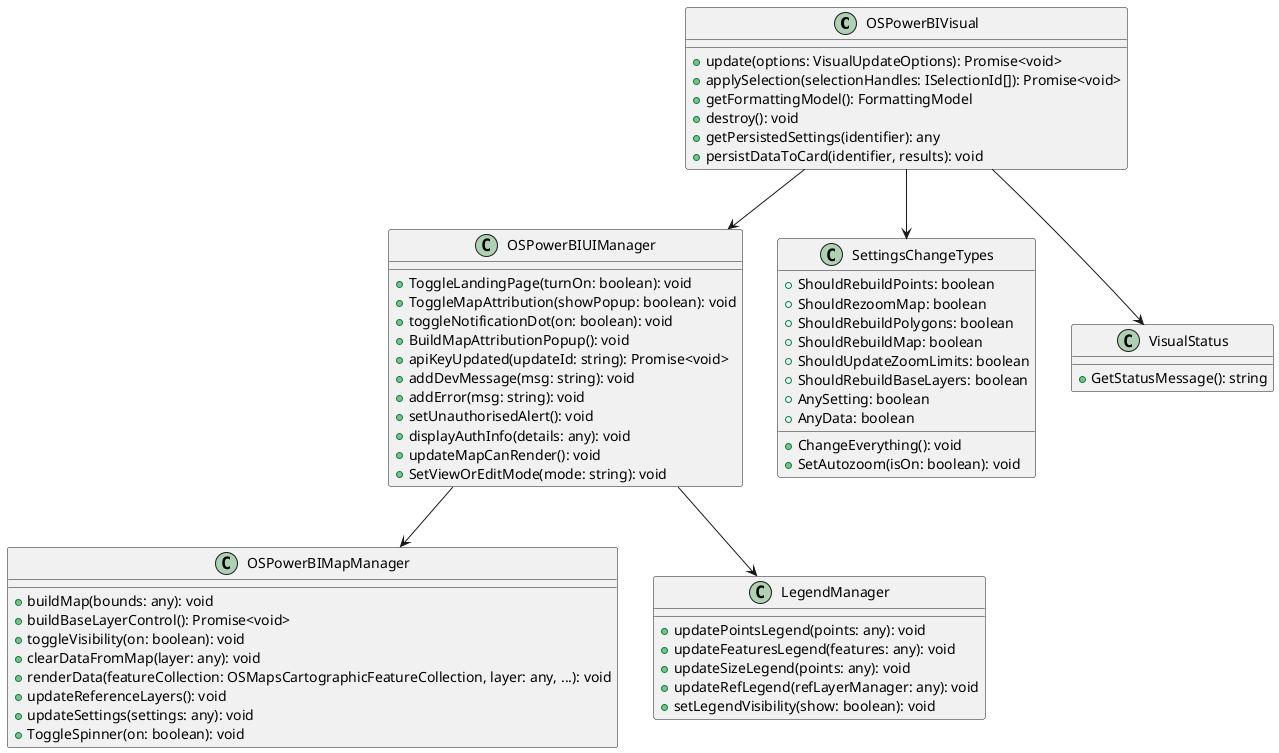
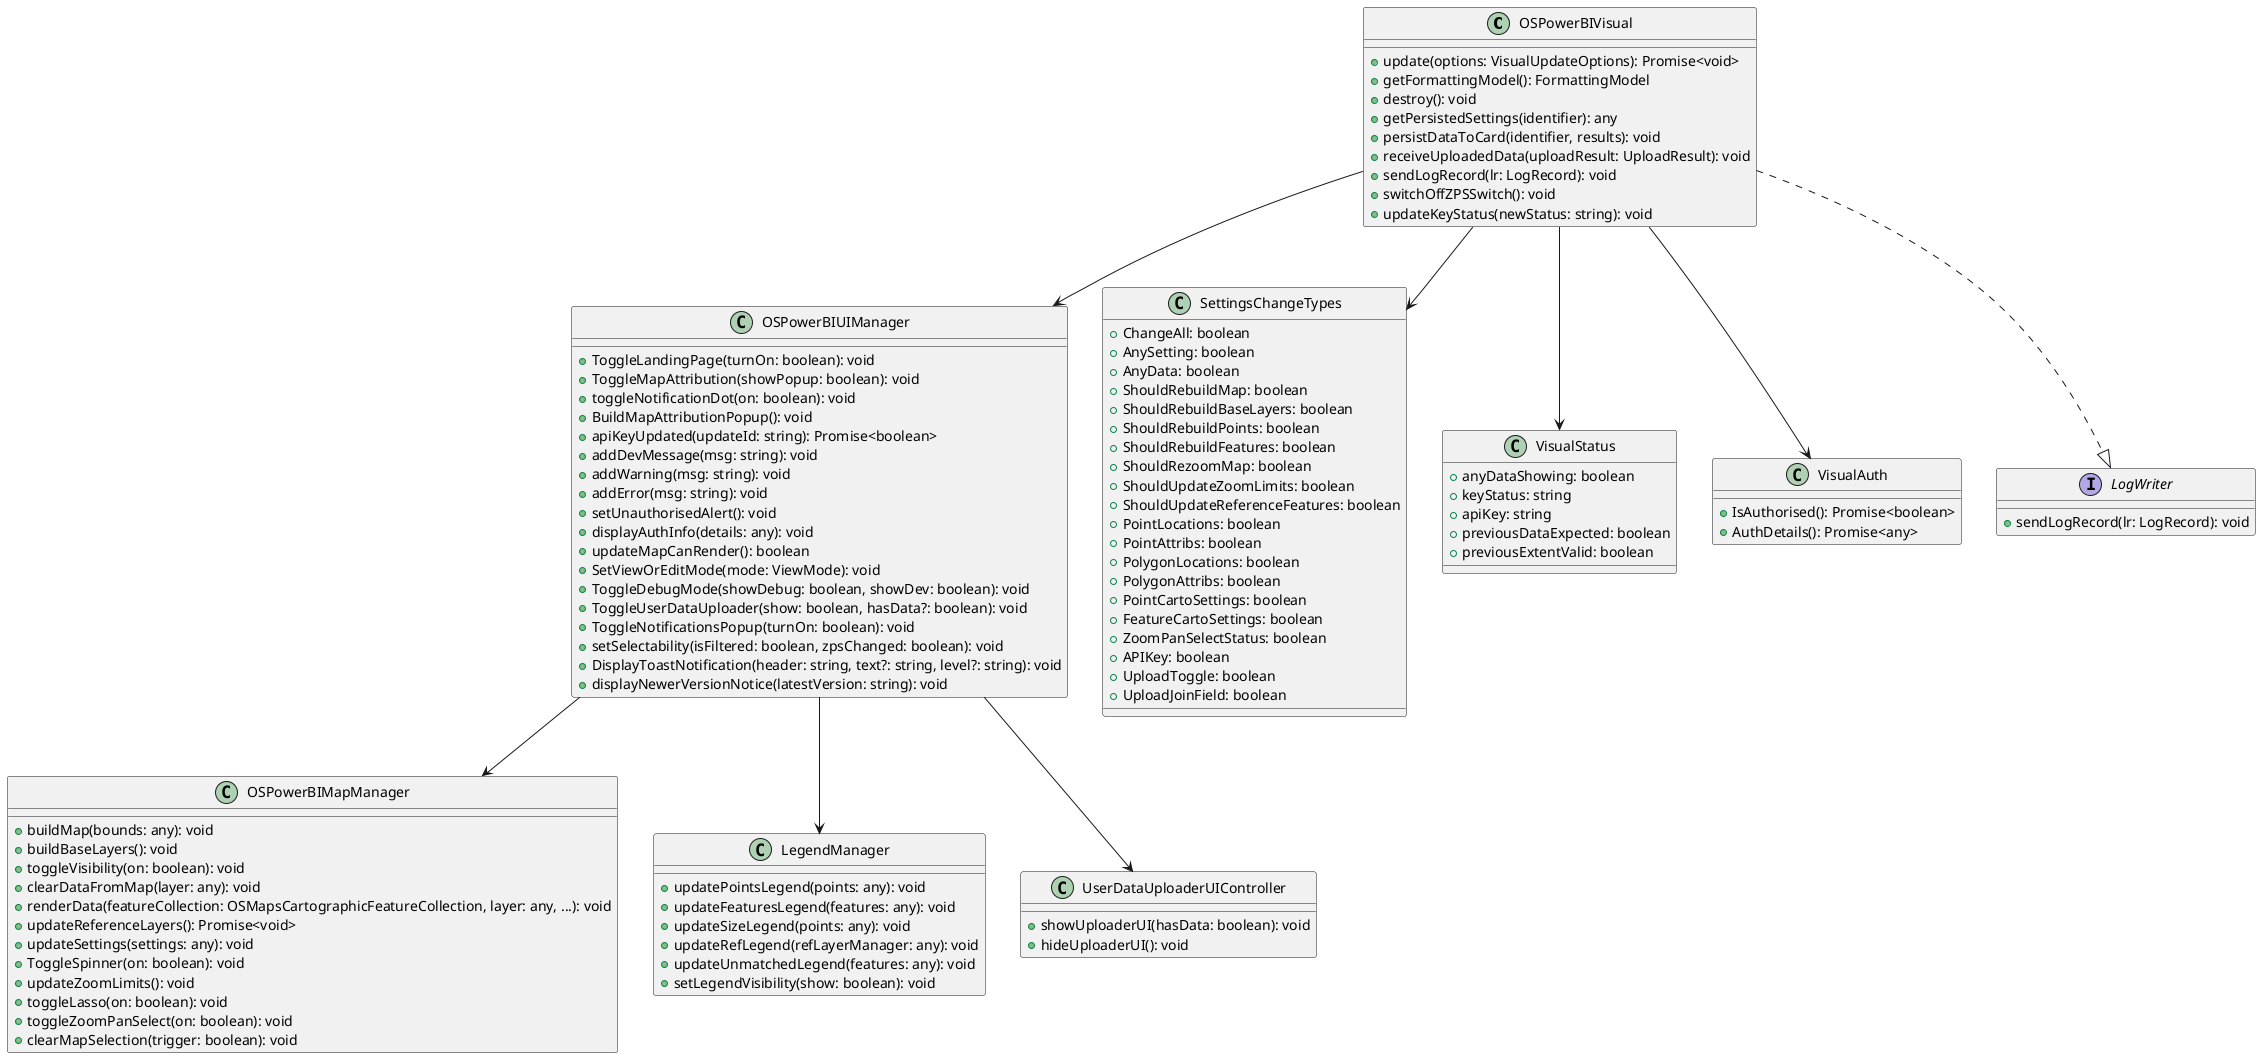
@startuml
class OSPowerBIVisual {
    +update(options: VisualUpdateOptions): Promise<void>
-     +applySelection(selectionHandles: ISelectionId[]): Promise<void>
    +getFormattingModel(): FormattingModel
    +destroy(): void
    +getPersistedSettings(identifier): any
    +persistDataToCard(identifier, results): void
+     +receiveUploadedData(uploadResult: UploadResult): void
+     +sendLogRecord(lr: LogRecord): void
+     +switchOffZPSSwitch(): void
+     +updateKeyStatus(newStatus: string): void
}

class OSPowerBIUIManager {
    +ToggleLandingPage(turnOn: boolean): void
    +ToggleMapAttribution(showPopup: boolean): void
    +toggleNotificationDot(on: boolean): void
    +BuildMapAttributionPopup(): void
-     +apiKeyUpdated(updateId: string): Promise<void>
+     +apiKeyUpdated(updateId: string): Promise<boolean>
    +addDevMessage(msg: string): void
+     +addWarning(msg: string): void
    +addError(msg: string): void
    +setUnauthorisedAlert(): void
    +displayAuthInfo(details: any): void
-     +updateMapCanRender(): void
-     +SetViewOrEditMode(mode: string): void
+     +updateMapCanRender(): boolean
+     +SetViewOrEditMode(mode: ViewMode): void
+     +ToggleDebugMode(showDebug: boolean, showDev: boolean): void
+     +ToggleUserDataUploader(show: boolean, hasData?: boolean): void
+     +ToggleNotificationsPopup(turnOn: boolean): void
+     +setSelectability(isFiltered: boolean, zpsChanged: boolean): void
+     +DisplayToastNotification(header: string, text?: string, level?: string): void
+     +displayNewerVersionNotice(latestVersion: string): void
}

class OSPowerBIMapManager {
    +buildMap(bounds: any): void
-     +buildBaseLayerControl(): Promise<void>
+     +buildBaseLayers(): void
    +toggleVisibility(on: boolean): void
    +clearDataFromMap(layer: any): void
    +renderData(featureCollection: OSMapsCartographicFeatureCollection, layer: any, ...): void
-     +updateReferenceLayers(): void
+     +updateReferenceLayers(): Promise<void>
    +updateSettings(settings: any): void
    +ToggleSpinner(on: boolean): void
+     +updateZoomLimits(): void
+     +toggleLasso(on: boolean): void
+     +toggleZoomPanSelect(on: boolean): void
+     +clearMapSelection(trigger: boolean): void
}

class LegendManager {
    +updatePointsLegend(points: any): void
    +updateFeaturesLegend(features: any): void
    +updateSizeLegend(points: any): void
    +updateRefLegend(refLayerManager: any): void
+     +updateUnmatchedLegend(features: any): void
    +setLegendVisibility(show: boolean): void
}

class SettingsChangeTypes {
-     +ChangeEverything(): void
-     +SetAutozoom(isOn: boolean): void
-     +ShouldRebuildPoints: boolean
-     +ShouldRezoomMap: boolean
-     +ShouldRebuildPolygons: boolean
-     +ShouldRebuildMap: boolean
-     +ShouldUpdateZoomLimits: boolean
-     +ShouldRebuildBaseLayers: boolean
+     +ChangeAll: boolean
    +AnySetting: boolean
    +AnyData: boolean
+     +ShouldRebuildMap: boolean
+     +ShouldRebuildBaseLayers: boolean
+     +ShouldRebuildPoints: boolean
+     +ShouldRebuildFeatures: boolean
+     +ShouldRezoomMap: boolean
+     +ShouldUpdateZoomLimits: boolean
+     +ShouldUpdateReferenceFeatures: boolean
+     +PointLocations: boolean
+     +PointAttribs: boolean
+     +PolygonLocations: boolean
+     +PolygonAttribs: boolean
+     +PointCartoSettings: boolean
+     +FeatureCartoSettings: boolean
+     +ZoomPanSelectStatus: boolean
+     +APIKey: boolean
+     +UploadToggle: boolean
+     +UploadJoinField: boolean
}

class VisualStatus {
-     +GetStatusMessage(): string
+     +anyDataShowing: boolean
+     +keyStatus: string
+     +apiKey: string
+     +previousDataExpected: boolean
+     +previousExtentValid: boolean
+ }
+ 
+ class VisualAuth {
+     +IsAuthorised(): Promise<boolean>
+     +AuthDetails(): Promise<any>
+ }
+ 
+ interface LogWriter {
+     +sendLogRecord(lr: LogRecord): void
+ }
+ 
+ class UserDataUploaderUIController {
+     +showUploaderUI(hasData: boolean): void
+     +hideUploaderUI(): void
}

OSPowerBIVisual --> OSPowerBIUIManager
OSPowerBIVisual --> SettingsChangeTypes
OSPowerBIVisual --> VisualStatus
+ OSPowerBIVisual --> VisualAuth
+ OSPowerBIVisual ..|> LogWriter
OSPowerBIUIManager --> OSPowerBIMapManager
OSPowerBIUIManager --> LegendManager
+ OSPowerBIUIManager --> UserDataUploaderUIController
@enduml